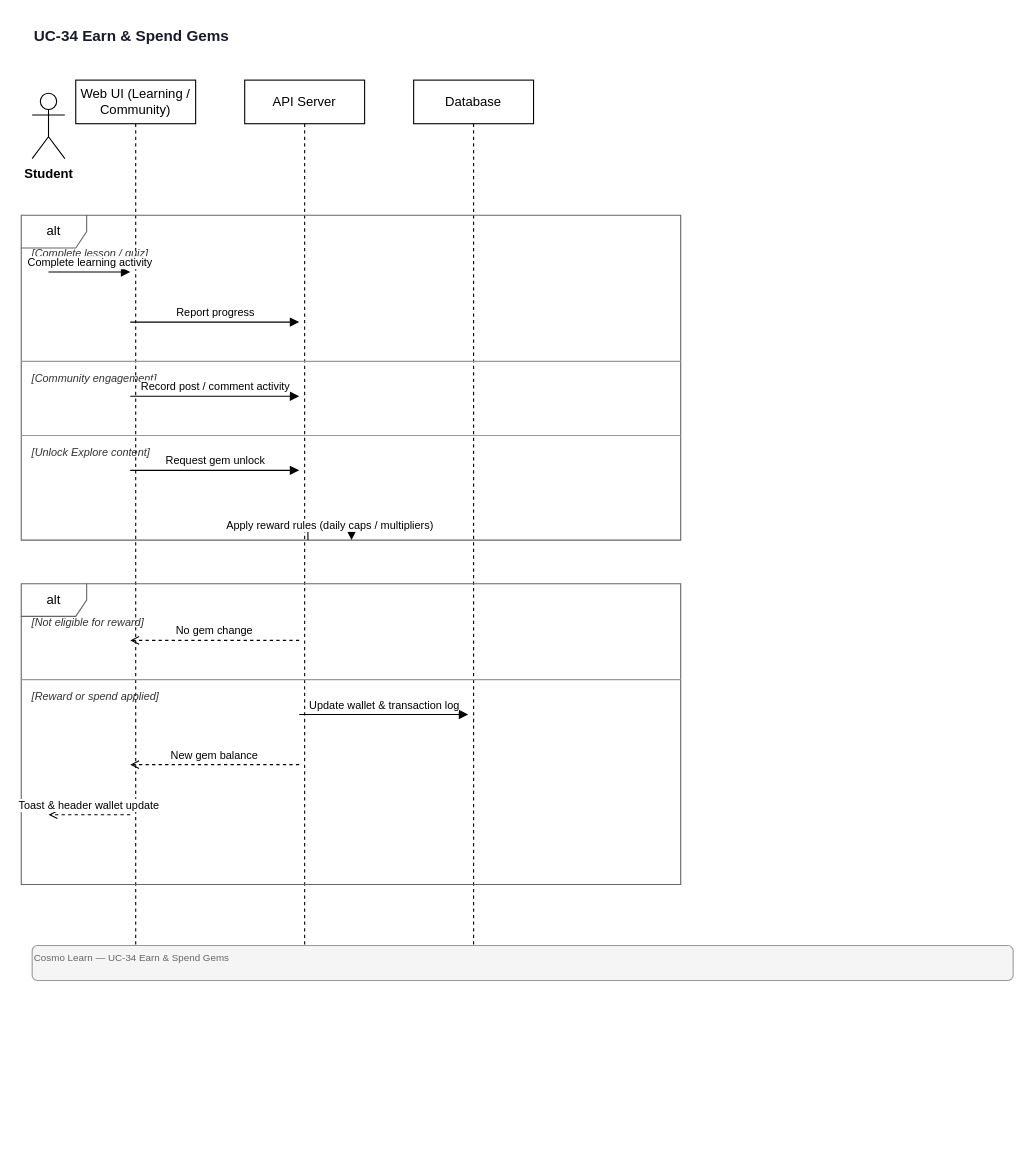
The draw.io diagram docs/diagrams/sequence/UC-34-Earn-Spend-Gems.drawio in quangg1/ASTRO_EDU, before the edit. Source tidied: cells renumbered, new cells numbered last; positions are measured from the earlier drawing's top-left corner, leaving out a move shared by most shapes. Both pictures are drawn from the tidied source at 109%, with x=0, y=0 at pixel (21, 19).
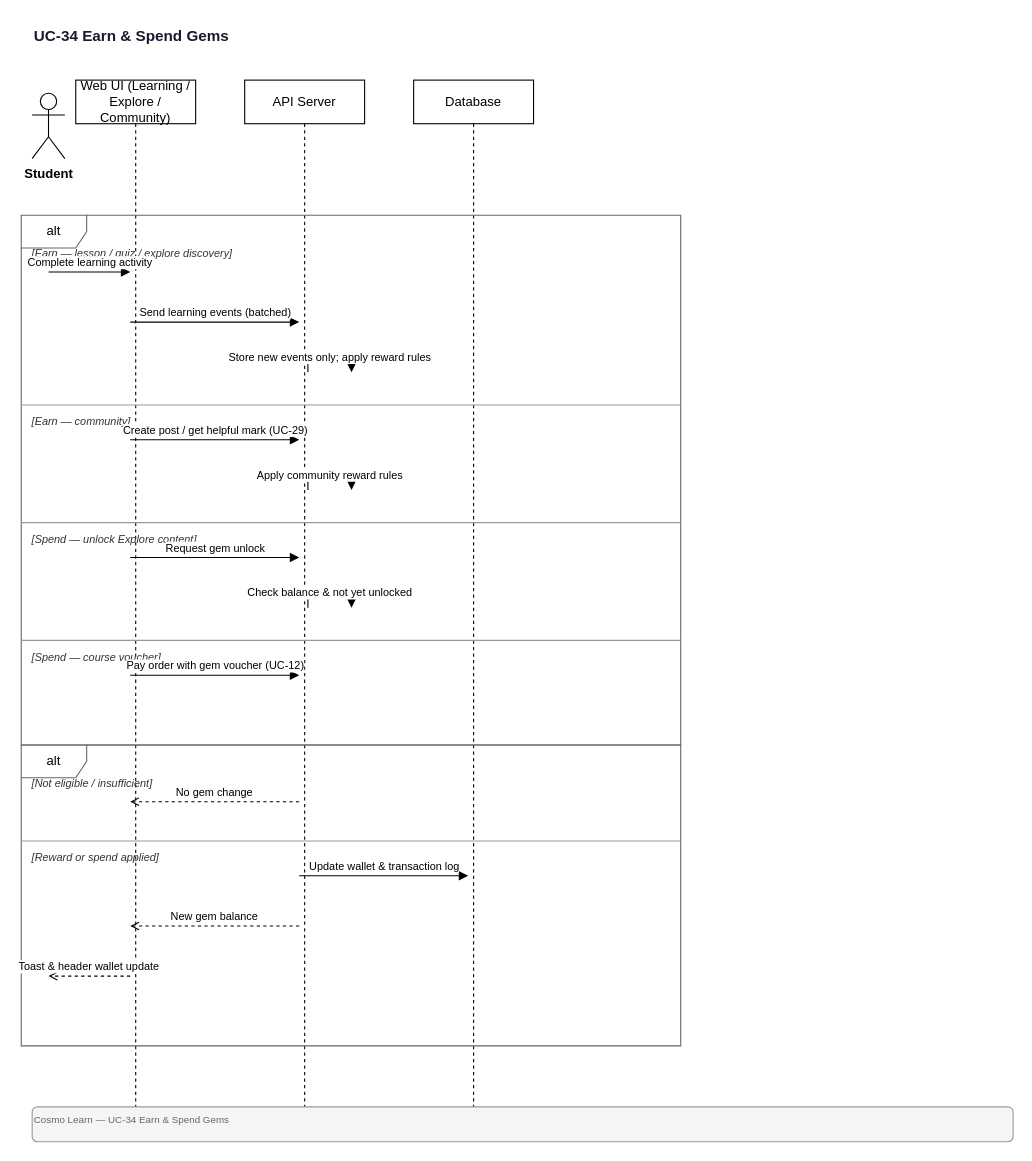
The same diagram, later.

What changed in the source:
```diff
@@
-    <mxCell id="4" value="Web UI (Learning / Community)" style="shape=umlLifeline;perimeter=lifelinePerimeter;whiteSpace=wrap;html=1;size=40;" parent="1" vertex="1">
-      <mxGeometry x="50" y="56" width="110" height="796" as="geometry" />
+    <mxCell id="4" value="Web UI (Learning / Explore / Community)" style="shape=umlLifeline;perimeter=lifelinePerimeter;whiteSpace=wrap;html=1;size=40;" parent="1" vertex="1">
+      <mxGeometry x="50" y="56" width="110" height="944" as="geometry" />
     </mxCell>
     <mxCell id="5" value="API Server" style="shape=umlLifeline;perimeter=lifelinePerimeter;whiteSpace=wrap;html=1;size=40;" parent="1" vertex="1">
-      <mxGeometry x="205" y="56" width="110" height="796" as="geometry" />
+      <mxGeometry x="205" y="56" width="110" height="944" as="geometry" />
     </mxCell>
     <mxCell id="6" value="Database" style="shape=umlLifeline;perimeter=lifelinePerimeter;whiteSpace=wrap;html=1;size=40;" parent="1" vertex="1">
-      <mxGeometry x="360" y="56" width="110" height="796" as="geometry" />
+      <mxGeometry x="360" y="56" width="110" height="944" as="geometry" />
     </mxCell>
     <mxCell id="7" value="alt" style="shape=umlFrame;whiteSpace=wrap;html=1;fillColor=none;strokeColor=#666666;" parent="1" vertex="1">
-      <mxGeometry y="180" width="605" height="298" as="geometry" />
+      <mxGeometry y="180" width="605" height="486" as="geometry" />
     </mxCell>
-    <mxCell id="8" value="[Complete lesson / quiz]" style="text;html=1;strokeColor=none;fillColor=none;align=left;verticalAlign=middle;fontSize=10;fontStyle=2;fontColor=#333333;" parent="1" vertex="1">
+    <mxCell id="8" value="[Earn — lesson / quiz / explore discovery]" style="text;html=1;strokeColor=none;fillColor=none;align=left;verticalAlign=middle;fontSize=10;fontStyle=2;fontColor=#333333;" parent="1" vertex="1">
       <mxGeometry x="8" y="206" width="589" height="18" as="geometry" />
     </mxCell>
@@
-    <mxCell id="10" value="Report progress" style="endArrow=block;endFill=1;html=1;fontSize=10;verticalAlign=bottom;" parent="1" edge="1">
+    <mxCell id="10" value="Send learning events (batched)" style="endArrow=block;endFill=1;html=1;fontSize=10;verticalAlign=bottom;" parent="1" edge="1">
       <mxGeometry relative="1" as="geometry">
         <mxPoint x="100" y="278" as="sourcePoint" />
         <mxPoint x="255" y="278" as="targetPoint" />
       </mxGeometry>
     </mxCell>
-    <mxCell id="11" value="[Community engagement]" style="text;html=1;strokeColor=none;fillColor=none;align=left;verticalAlign=middle;fontSize=10;fontStyle=2;fontColor=#333333;" parent="1" vertex="1">
-      <mxGeometry x="8" y="320" width="589" height="18" as="geometry" />
+    <mxCell id="11" value="Store new events only; apply reward rules" style="endArrow=block;endFill=1;html=1;fontSize=10;edgeStyle=orthogonalEdgeStyle;rounded=0;" parent="1" edge="1">
+      <mxGeometry relative="1" as="geometry">
+        <mxPoint x="263" y="324" as="sourcePoint" />
+        <mxPoint x="303" y="324" as="targetPoint" />
+        <Array as="points">
+          <mxPoint x="303" y="310" />
+          <mxPoint x="263" y="310" />
+        </Array>
+      </mxGeometry>
     </mxCell>
-    <mxCell id="12" style="endArrow=none;html=1;strokeWidth=1;strokeColor=#999999;" parent="1" edge="1">
-      <mxGeometry relative="1" as="geometry">
-        <mxPoint y="314" as="sourcePoint" />
-        <mxPoint x="605" y="314" as="targetPoint" />
-      </mxGeometry>
+    <mxCell id="12" value="[Earn — community]" style="text;html=1;strokeColor=none;fillColor=none;align=left;verticalAlign=middle;fontSize=10;fontStyle=2;fontColor=#333333;" parent="1" vertex="1">
+      <mxGeometry x="8" y="360" width="589" height="18" as="geometry" />
     </mxCell>
-    <mxCell id="13" value="Record post / comment activity" style="endArrow=block;endFill=1;html=1;fontSize=10;verticalAlign=bottom;" parent="1" edge="1">
+    <mxCell id="13" style="endArrow=none;html=1;strokeWidth=1;strokeColor=#999999;" parent="1" edge="1">
       <mxGeometry relative="1" as="geometry">
-        <mxPoint x="100" y="346" as="sourcePoint" />
-        <mxPoint x="255" y="346" as="targetPoint" />
+        <mxPoint y="354" as="sourcePoint" />
+        <mxPoint x="605" y="354" as="targetPoint" />
       </mxGeometry>
     </mxCell>
-    <mxCell id="14" value="[Unlock Explore content]" style="text;html=1;strokeColor=none;fillColor=none;align=left;verticalAlign=middle;fontSize=10;fontStyle=2;fontColor=#333333;" parent="1" vertex="1">
-      <mxGeometry x="8" y="388" width="589" height="18" as="geometry" />
+    <mxCell id="14" value="Create post / get helpful mark (UC-29)" style="endArrow=block;endFill=1;html=1;fontSize=10;verticalAlign=bottom;" parent="1" edge="1">
+      <mxGeometry relative="1" as="geometry">
+        <mxPoint x="100" y="386" as="sourcePoint" />
+        <mxPoint x="255" y="386" as="targetPoint" />
+      </mxGeometry>
     </mxCell>
-    <mxCell id="15" style="endArrow=none;html=1;strokeWidth=1;strokeColor=#999999;" parent="1" edge="1">
+    <mxCell id="15" value="Apply community reward rules" style="endArrow=block;endFill=1;html=1;fontSize=10;edgeStyle=orthogonalEdgeStyle;rounded=0;" parent="1" edge="1">
       <mxGeometry relative="1" as="geometry">
-        <mxPoint y="382" as="sourcePoint" />
-        <mxPoint x="605" y="382" as="targetPoint" />
+        <mxPoint x="263" y="432" as="sourcePoint" />
+        <mxPoint x="303" y="432" as="targetPoint" />
+        <Array as="points">
+          <mxPoint x="303" y="418" />
+          <mxPoint x="263" y="418" />
+        </Array>
       </mxGeometry>
     </mxCell>
-    <mxCell id="16" value="Request gem unlock" style="endArrow=block;endFill=1;html=1;fontSize=10;verticalAlign=bottom;" parent="1" edge="1">
-      <mxGeometry relative="1" as="geometry">
-        <mxPoint x="100" y="414" as="sourcePoint" />
-        <mxPoint x="255" y="414" as="targetPoint" />
-      </mxGeometry>
+    <mxCell id="16" value="[Spend — unlock Explore content]" style="text;html=1;strokeColor=none;fillColor=none;align=left;verticalAlign=middle;fontSize=10;fontStyle=2;fontColor=#333333;" parent="1" vertex="1">
+      <mxGeometry x="8" y="468" width="589" height="18" as="geometry" />
     </mxCell>
-    <mxCell id="17" value="Apply reward rules (daily caps / multipliers)" style="endArrow=block;endFill=1;html=1;fontSize=10;edgeStyle=orthogonalEdgeStyle;rounded=0;" parent="1" edge="1">
+    <mxCell id="17" style="endArrow=none;html=1;strokeWidth=1;strokeColor=#999999;" parent="1" edge="1">
       <mxGeometry relative="1" as="geometry">
-        <mxPoint x="263" y="478" as="sourcePoint" />
-        <mxPoint x="303" y="478" as="targetPoint" />
-        <Array as="points">
-          <mxPoint x="303" y="464" />
-          <mxPoint x="263" y="464" />
-        </Array>
+        <mxPoint y="462" as="sourcePoint" />
+        <mxPoint x="605" y="462" as="targetPoint" />
       </mxGeometry>
     </mxCell>
-    <mxCell id="18" value="alt" style="shape=umlFrame;whiteSpace=wrap;html=1;fillColor=none;strokeColor=#666666;" parent="1" vertex="1">
-      <mxGeometry y="518" width="605" height="276" as="geometry" />
+    <mxCell id="18" value="Request gem unlock" style="endArrow=block;endFill=1;html=1;fontSize=10;verticalAlign=bottom;" parent="1" edge="1">
+      <mxGeometry relative="1" as="geometry">
+        <mxPoint x="100" y="494" as="sourcePoint" />
+        <mxPoint x="255" y="494" as="targetPoint" />
+      </mxGeometry>
     </mxCell>
-    <mxCell id="19" value="[Not eligible for reward]" style="text;html=1;strokeColor=none;fillColor=none;align=left;verticalAlign=middle;fontSize=10;fontStyle=2;fontColor=#333333;" parent="1" vertex="1">
-      <mxGeometry x="8" y="544" width="589" height="18" as="geometry" />
+    <mxCell id="19" value="Check balance &amp; not yet unlocked" style="endArrow=block;endFill=1;html=1;fontSize=10;edgeStyle=orthogonalEdgeStyle;rounded=0;" parent="1" edge="1">
+      <mxGeometry relative="1" as="geometry">
+        <mxPoint x="263" y="540" as="sourcePoint" />
+        <mxPoint x="303" y="540" as="targetPoint" />
+        <Array as="points">
+          <mxPoint x="303" y="526" />
+          <mxPoint x="263" y="526" />
+        </Array>
+      </mxGeometry>
     </mxCell>
-    <mxCell id="20" value="No gem change" style="endArrow=open;endFill=0;html=1;dashed=1;fontSize=10;verticalAlign=bottom;" parent="1" edge="1">
-      <mxGeometry relative="1" as="geometry">
-        <mxPoint x="255" y="570" as="sourcePoint" />
-        <mxPoint x="100" y="570" as="targetPoint" />
-      </mxGeometry>
+    <mxCell id="20" value="[Spend — course voucher]" style="text;html=1;strokeColor=none;fillColor=none;align=left;verticalAlign=middle;fontSize=10;fontStyle=2;fontColor=#333333;" parent="1" vertex="1">
+      <mxGeometry x="8" y="576" width="589" height="18" as="geometry" />
     </mxCell>
-    <mxCell id="21" value="[Reward or spend applied]" style="text;html=1;strokeColor=none;fillColor=none;align=left;verticalAlign=middle;fontSize=10;fontStyle=2;fontColor=#333333;" parent="1" vertex="1">
-      <mxGeometry x="8" y="612" width="589" height="18" as="geometry" />
+    <mxCell id="21" style="endArrow=none;html=1;strokeWidth=1;strokeColor=#999999;" parent="1" edge="1">
+      <mxGeometry relative="1" as="geometry">
+        <mxPoint y="570" as="sourcePoint" />
+        <mxPoint x="605" y="570" as="targetPoint" />
+      </mxGeometry>
     </mxCell>
-    <mxCell id="22" style="endArrow=none;html=1;strokeWidth=1;strokeColor=#999999;" parent="1" edge="1">
+    <mxCell id="22" value="Pay order with gem voucher (UC-12)" style="endArrow=block;endFill=1;html=1;fontSize=10;verticalAlign=bottom;" parent="1" edge="1">
       <mxGeometry relative="1" as="geometry">
-        <mxPoint y="606" as="sourcePoint" />
-        <mxPoint x="605" y="606" as="targetPoint" />
+        <mxPoint x="100" y="602" as="sourcePoint" />
+        <mxPoint x="255" y="602" as="targetPoint" />
       </mxGeometry>
     </mxCell>
-    <mxCell id="23" value="Update wallet &amp; transaction log" style="endArrow=block;endFill=1;html=1;fontSize=10;verticalAlign=bottom;" parent="1" edge="1">
-      <mxGeometry relative="1" as="geometry">
-        <mxPoint x="255" y="638" as="sourcePoint" />
-        <mxPoint x="410" y="638" as="targetPoint" />
-      </mxGeometry>
+    <mxCell id="23" value="alt" style="shape=umlFrame;whiteSpace=wrap;html=1;fillColor=none;strokeColor=#666666;" parent="1" vertex="1">
+      <mxGeometry y="666" width="605" height="276" as="geometry" />
     </mxCell>
-    <mxCell id="24" value="New gem balance" style="endArrow=open;endFill=0;html=1;dashed=1;fontSize=10;verticalAlign=bottom;" parent="1" edge="1">
-      <mxGeometry relative="1" as="geometry">
-        <mxPoint x="255" y="684" as="sourcePoint" />
-        <mxPoint x="100" y="684" as="targetPoint" />
-      </mxGeometry>
+    <mxCell id="24" value="[Not eligible / insufficient]" style="text;html=1;strokeColor=none;fillColor=none;align=left;verticalAlign=middle;fontSize=10;fontStyle=2;fontColor=#333333;" parent="1" vertex="1">
+      <mxGeometry x="8" y="692" width="589" height="18" as="geometry" />
     </mxCell>
-    <mxCell id="25" value="Toast &amp; header wallet update" style="endArrow=open;endFill=0;html=1;dashed=1;fontSize=10;verticalAlign=bottom;" parent="1" edge="1">
+    <mxCell id="25" value="No gem change" style="endArrow=open;endFill=0;html=1;dashed=1;fontSize=10;verticalAlign=bottom;" parent="1" edge="1">
       <mxGeometry relative="1" as="geometry">
-        <mxPoint x="100" y="730" as="sourcePoint" />
-        <mxPoint x="25" y="730" as="targetPoint" />
+        <mxPoint x="255" y="718" as="sourcePoint" />
+        <mxPoint x="100" y="718" as="targetPoint" />
       </mxGeometry>
     </mxCell>
-    <mxCell id="26" value="Cosmo Learn — UC-34 Earn &amp; Spend Gems" style="text;html=1;strokeColor=#999;fillColor=#f5f5f5;align=left;verticalAlign=top;fontSize=9;fontColor=#666;rounded=1;" parent="1" vertex="1">
-      <mxGeometry x="10" y="850" width="900" height="32" as="geometry" />
+    <mxCell id="26" value="[Reward or spend applied]" style="text;html=1;strokeColor=none;fillColor=none;align=left;verticalAlign=middle;fontSize=10;fontStyle=2;fontColor=#333333;" parent="1" vertex="1">
+      <mxGeometry x="8" y="760" width="589" height="18" as="geometry" />
     </mxCell>
+    <mxCell id="27" style="endArrow=none;html=1;strokeWidth=1;strokeColor=#999999;" parent="1" edge="1">
+      <mxGeometry relative="1" as="geometry">
+        <mxPoint y="754" as="sourcePoint" />
+        <mxPoint x="605" y="754" as="targetPoint" />
+      </mxGeometry>
+    </mxCell>
+    <mxCell id="28" value="Update wallet &amp; transaction log" style="endArrow=block;endFill=1;html=1;fontSize=10;verticalAlign=bottom;" parent="1" edge="1">
+      <mxGeometry relative="1" as="geometry">
+        <mxPoint x="255" y="786" as="sourcePoint" />
+        <mxPoint x="410" y="786" as="targetPoint" />
+      </mxGeometry>
+    </mxCell>
+    <mxCell id="29" value="New gem balance" style="endArrow=open;endFill=0;html=1;dashed=1;fontSize=10;verticalAlign=bottom;" parent="1" edge="1">
+      <mxGeometry relative="1" as="geometry">
+        <mxPoint x="255" y="832" as="sourcePoint" />
+        <mxPoint x="100" y="832" as="targetPoint" />
+      </mxGeometry>
+    </mxCell>
+    <mxCell id="30" value="Toast &amp; header wallet update" style="endArrow=open;endFill=0;html=1;dashed=1;fontSize=10;verticalAlign=bottom;" parent="1" edge="1">
+      <mxGeometry relative="1" as="geometry">
+        <mxPoint x="100" y="878" as="sourcePoint" />
+        <mxPoint x="25" y="878" as="targetPoint" />
+      </mxGeometry>
+    </mxCell>
+    <mxCell id="31" value="Cosmo Learn — UC-34 Earn &amp; Spend Gems" style="text;html=1;strokeColor=#999;fillColor=#f5f5f5;align=left;verticalAlign=top;fontSize=9;fontColor=#666;rounded=1;" parent="1" vertex="1">
+      <mxGeometry x="10" y="998" width="900" height="32" as="geometry" />
+    </mxCell>
```
